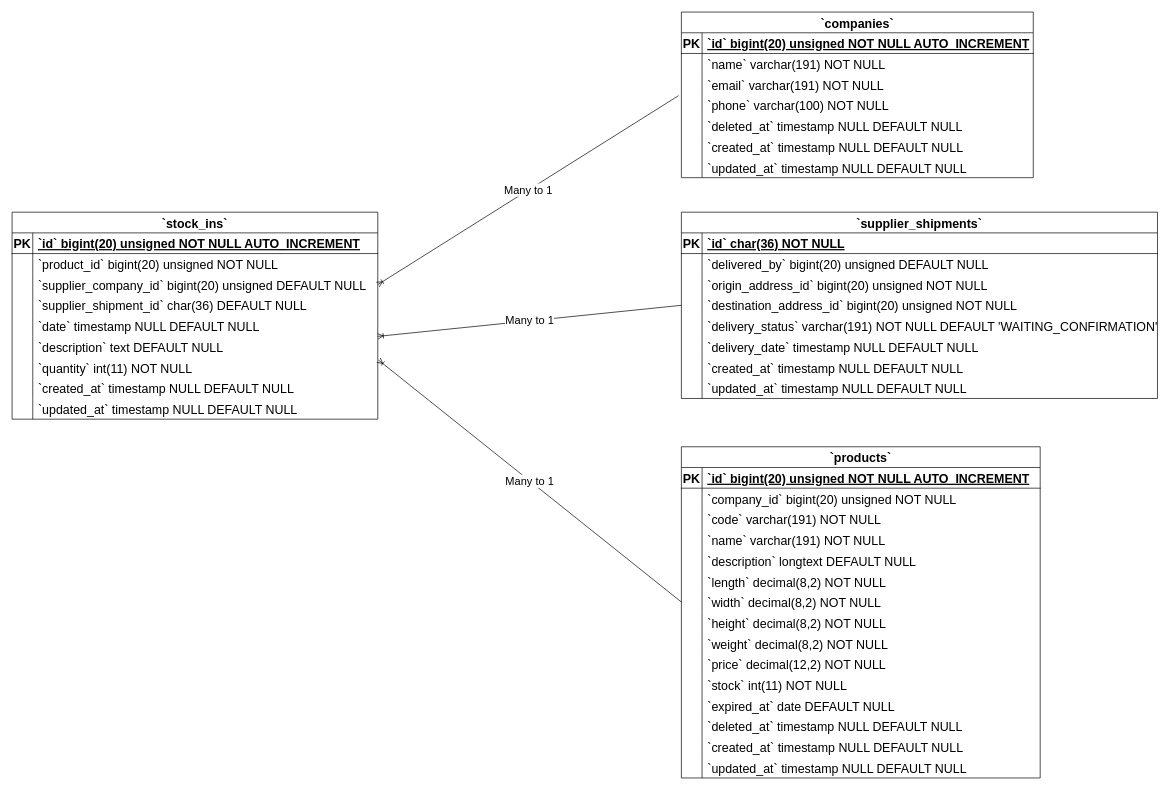
Simasco/diagram keeps this draw.io diagram as Stock Ins ERD Diagram.drawio. Above is the earlier version. Source tidied: cells renumbered, new cells numbered last; positions are measured from the earlier drawing's top-left corner, leaving out a move shared by most shapes. Both pictures are drawn from the tidied source at 69%, with x=0, y=0 at pixel (12, 12).
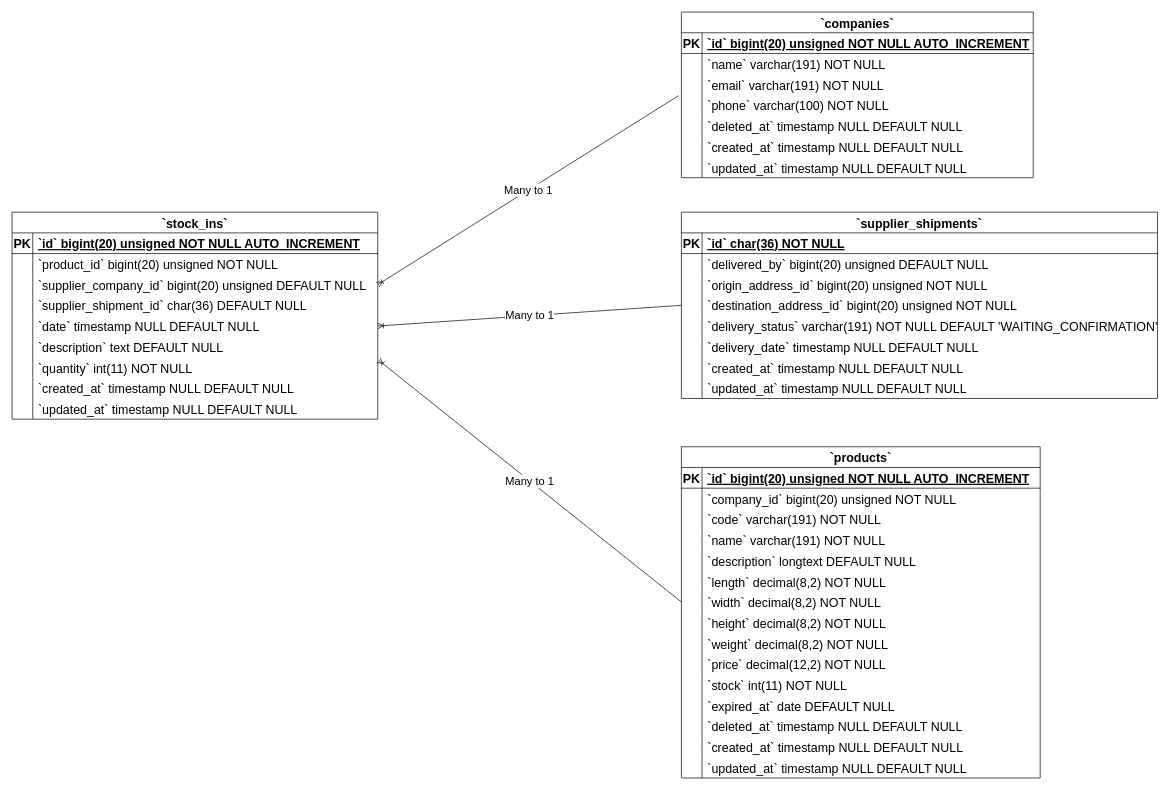
The same diagram, later.

The change refers to these unchanged cells:
```xml
<mxCell id="83" style="shape=tableRow;horizontal=0;startSize=0;swimlaneHead=0;swimlaneBody=0;fillColor=none;points=[[0,0.5],[1,0.5]];portConstraint=eastwest;strokeColor=inherit;top=0;left=0;right=0;bottom=0;fontSize=18;" parent="70" vertex="1">
  <mxGeometry y="150" width="530" height="30" as="geometry" />
</mxCell>
<mxCell id="108" style="shape=tableRow;horizontal=0;startSize=0;swimlaneHead=0;swimlaneBody=0;fillColor=none;points=[[0,0.5],[1,0.5]];portConstraint=eastwest;strokeColor=inherit;top=0;left=0;right=0;bottom=0;fontSize=18;" parent="98" vertex="1">
  <mxGeometry y="120" width="690" height="30" as="geometry" />
</mxCell>
```

What changed in the source:
```diff
@@
-    <mxCell id="123" value="&lt;font style=&quot;font-size: 16px;&quot;&gt;Many to 1&lt;/font&gt;" style="fontSize=12;html=1;endArrow=ERoneToMany;rounded=0;exitX=0;exitY=0.5;exitDx=0;exitDy=0;" parent="1" edge="1" source="108">
-      <mxGeometry relative="1" as="geometry">
-        <mxPoint x="530" y="470" as="targetPoint" />
-      </mxGeometry>
+    <mxCell id="123" value="&lt;font style=&quot;font-size: 16px;&quot;&gt;Many to 1&lt;/font&gt;" style="fontSize=12;html=1;endArrow=ERoneToMany;rounded=0;exitX=0;exitY=0.5;exitDx=0;exitDy=0;entryX=1;entryY=0.5;entryDx=0;entryDy=0;" parent="1" edge="1" source="108" target="83">
+      <mxGeometry relative="1" as="geometry" />
     </mxCell>
```
